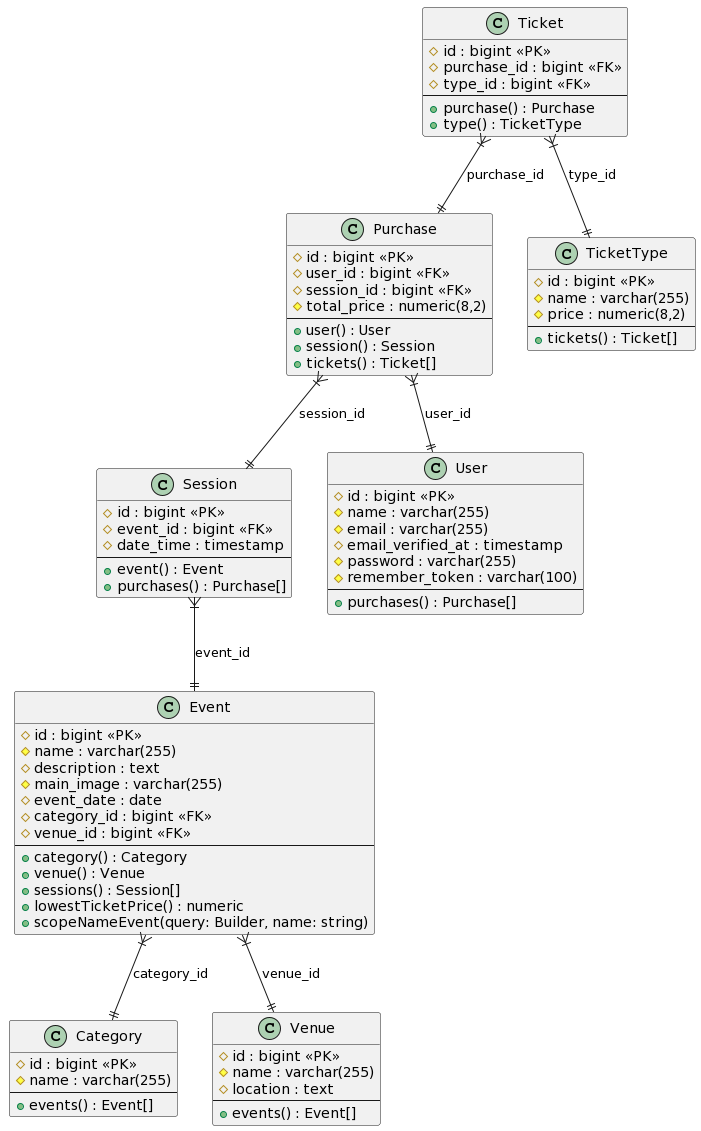
Earlier version of the PlantUML export Docs/images/DiagramaUML.png (fcarmona8/EventoPass).
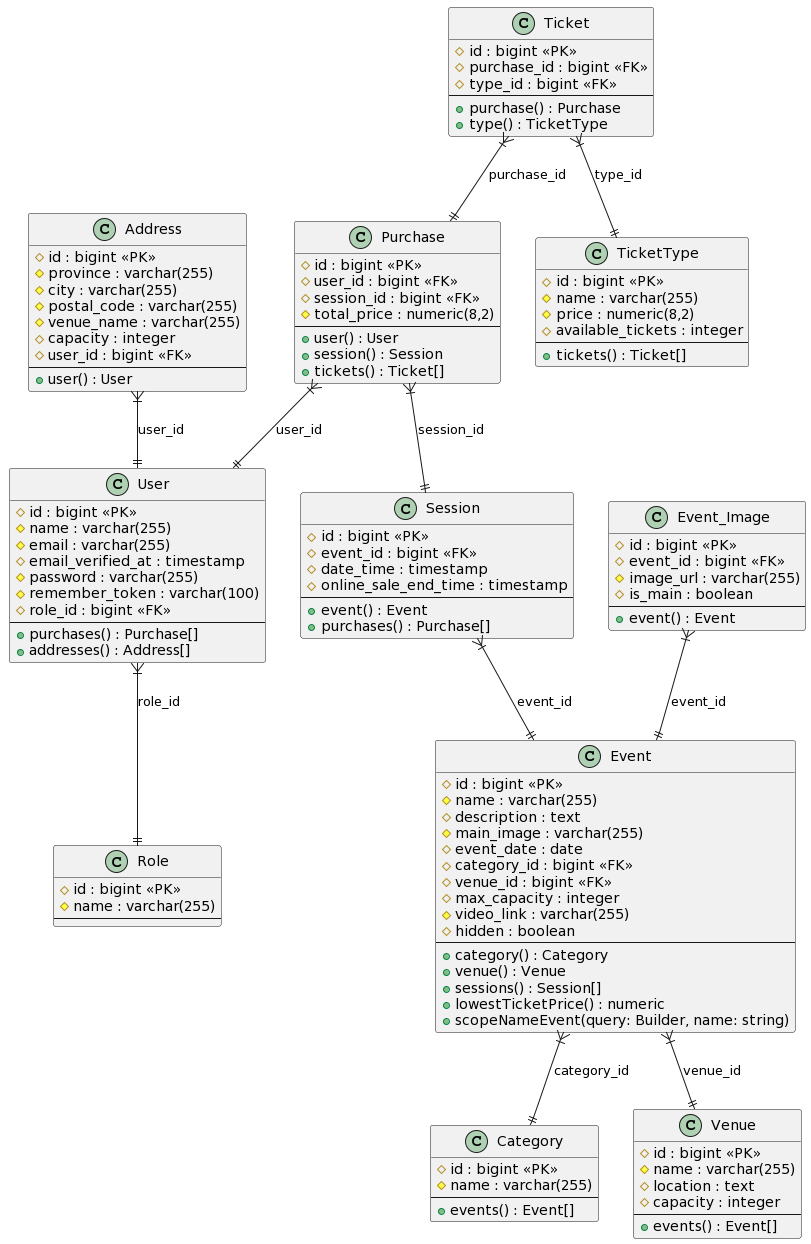
After the change.

Diff of the diagram source:
```diff
@@ -14,6 +14,9 @@
     # event_date : date
     # category_id : bigint <<FK>>
     # venue_id : bigint <<FK>>
+    # max_capacity : integer
+    # video_link : varchar(255)
+    # hidden : boolean
     --
     + category() : Category
     + venue() : Venue
@@ -26,6 +29,7 @@
     # id : bigint <<PK>>
     # name : varchar(255)
     # location : text
+    # capacity : integer
     --
     + events() : Event[]
 }
@@ -34,6 +38,7 @@
     # id : bigint <<PK>>
     # event_id : bigint <<FK>>
     # date_time : timestamp
+    # online_sale_end_time : timestamp
     --
     + event() : Event
     + purchases() : Purchase[]
@@ -57,14 +62,17 @@
     # email_verified_at : timestamp
     # password : varchar(255)
     # remember_token : varchar(100)
+    # role_id : bigint <<FK>>
     --
     + purchases() : Purchase[]
+    + addresses() : Address[]
 }
 
 class "TicketType" as ticket_types {
     # id : bigint <<PK>>
     # name : varchar(255)
     # price : numeric(8,2)
+    # available_tickets : integer
     --
     + tickets() : Ticket[]
 }
@@ -78,6 +86,33 @@
     + type() : TicketType
 }
 
+class "Role" as roles {
+    # id : bigint <<PK>>
+    # name : varchar(255)
+    --
+}
+
+class "Event_Image" as event_images {
+    # id : bigint <<PK>>
+    # event_id : bigint <<FK>>
+    # image_url : varchar(255)
+    # is_main : boolean
+    --
+    + event() : Event
+}
+
+class "Address" as addresses {
+    # id : bigint <<PK>>
+    # province : varchar(255)
+    # city : varchar(255)
+    # postal_code : varchar(255)
+    # venue_name : varchar(255)
+    # capacity : integer
+    # user_id : bigint <<FK>>
+    --
+    + user() : User
+}
+
 events }|--|| categories : "category_id"
 events }|--|| venues : "venue_id"
 sessions }|--|| events : "event_id"
@@ -85,4 +120,7 @@
 purchases }|--|| users : "user_id"
 tickets }|--|| purchases : "purchase_id"
 tickets }|--|| ticket_types : "type_id"
+users }|--|| roles : "role_id"
+event_images }|--|| events : "event_id"
+addresses }|--|| users : "user_id"
 @enduml
```
